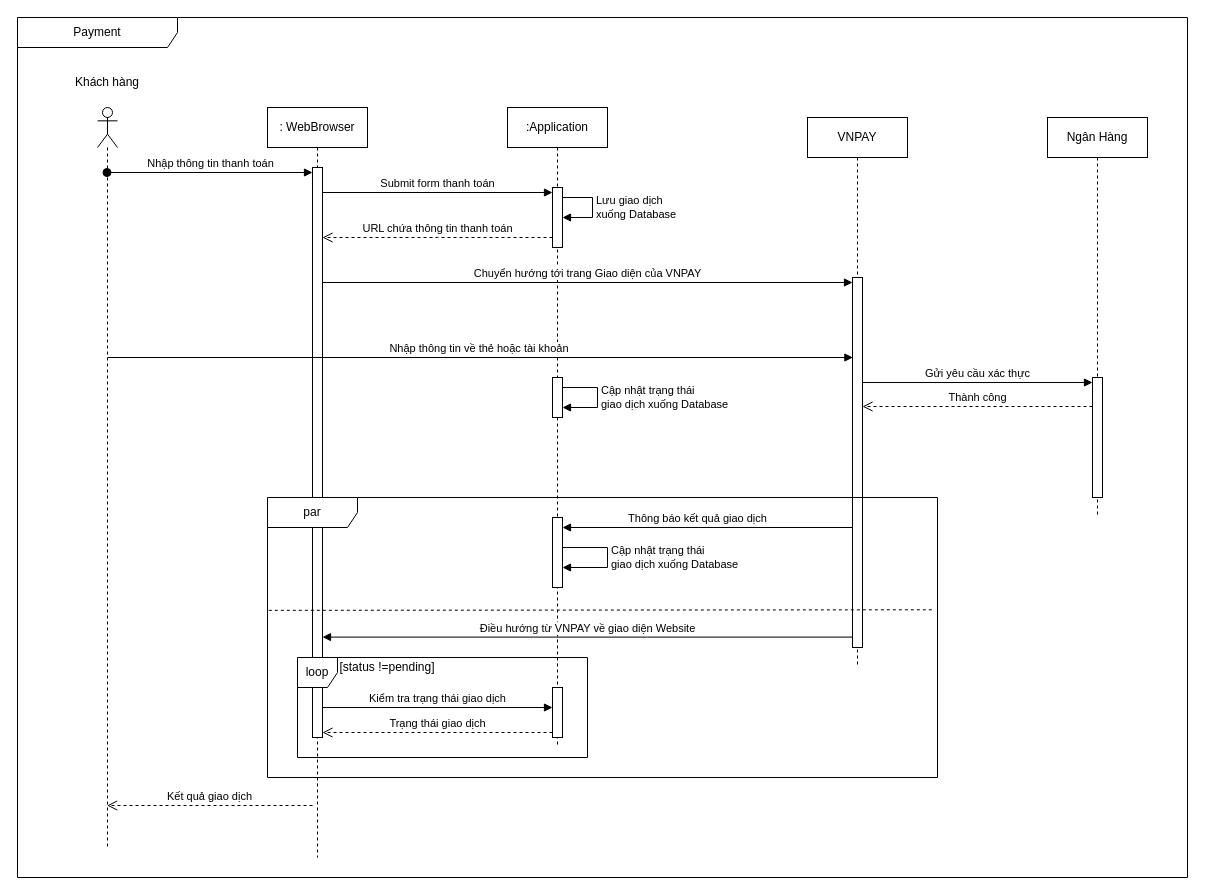
This is Sequence Diagram/UC Quản Lý Vé/xml/Thanh-Toán.drawio from dvhAoU1374/IT3120-PTTKHT, a draw.io file, before an edit. Source tidied: cells renumbered, new cells numbered last; positions are measured from the earlier drawing's top-left corner, leaving out a move shared by most shapes. Both pictures are drawn from the tidied source at 100%, with x=0, y=0 at pixel (17, 17).
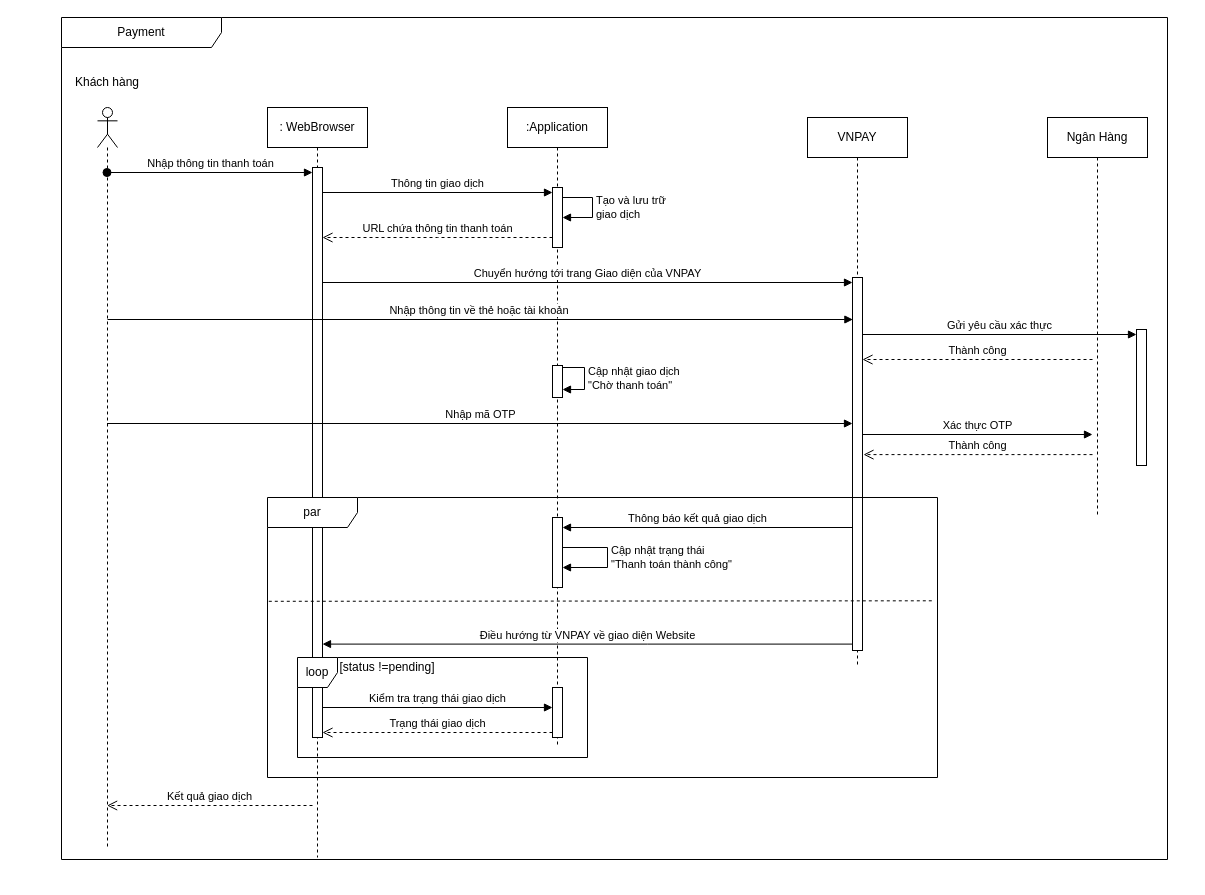
After the change.

Unchanged cells that the change refers to:
```xml
<mxCell id="3" style="html=1;points=[[0,0,0,0,5],[0,1,0,0,-5],[1,0,0,0,5],[1,1,0,0,-5]];perimeter=orthogonalPerimeter;outlineConnect=0;targetShapes=umlLifeline;portConstraint=eastwest;newEdgeStyle={&quot;curved&quot;:0,&quot;rounded&quot;:0};" parent="2" vertex="1">
  <mxGeometry x="45" y="60" width="10" height="570" as="geometry" />
</mxCell>
<mxCell id="4" value=":Application" style="shape=umlLifeline;perimeter=lifelinePerimeter;whiteSpace=wrap;html=1;newEdgeStyle={&quot;edgeStyle&quot;:&quot;elbowEdgeStyle&quot;,&quot;elbow&quot;:&quot;vertical&quot;,&quot;curved&quot;:0,&quot;rounded&quot;:0};" parent="1" vertex="1">
  <mxGeometry x="490" y="90" width="100" height="640" as="geometry" />
</mxCell>
<mxCell id="5" style="html=1;points=[[0,0,0,0,5],[0,1,0,0,-5],[1,0,0,0,5],[1,1,0,0,-5]];perimeter=orthogonalPerimeter;outlineConnect=0;targetShapes=umlLifeline;portConstraint=eastwest;newEdgeStyle={&quot;curved&quot;:0,&quot;rounded&quot;:0};" parent="4" vertex="1">
  <mxGeometry x="45" y="80" width="10" height="60" as="geometry" />
</mxCell>
<mxCell id="12" value="VNPAY" style="shape=umlLifeline;perimeter=lifelinePerimeter;whiteSpace=wrap;html=1;newEdgeStyle={&quot;edgeStyle&quot;:&quot;elbowEdgeStyle&quot;,&quot;elbow&quot;:&quot;vertical&quot;,&quot;curved&quot;:0,&quot;rounded&quot;:0};" parent="1" vertex="1">
  <mxGeometry x="790" y="100" width="100" height="550" as="geometry" />
</mxCell>
<mxCell id="14" value="Ngân Hàng" style="shape=umlLifeline;perimeter=lifelinePerimeter;whiteSpace=wrap;html=1;newEdgeStyle={&quot;edgeStyle&quot;:&quot;elbowEdgeStyle&quot;,&quot;elbow&quot;:&quot;vertical&quot;,&quot;curved&quot;:0,&quot;rounded&quot;:0};" parent="1" vertex="1">
  <mxGeometry x="1030" y="100" width="100" height="400" as="geometry" />
</mxCell>
<mxCell id="29" value="par" style="shape=umlFrame;whiteSpace=wrap;html=1;width=90;height=30;" parent="1" vertex="1">
  <mxGeometry x="250" y="480" width="670" height="280" as="geometry" />
</mxCell>
```

The edit, as a diff of the source:
```diff
@@
-    <mxCell id="6" value="Lưu giao dịch&lt;div&gt;xuống Database&lt;/div&gt;" style="html=1;align=left;spacingLeft=2;endArrow=block;rounded=0;edgeStyle=orthogonalEdgeStyle;curved=0;rounded=0;" parent="4" edge="1" target="5">
+    <mxCell id="6" value="Tạo và lưu trữ&amp;nbsp;&lt;div&gt;giao dịch&lt;/div&gt;" style="html=1;align=left;spacingLeft=2;endArrow=block;rounded=0;edgeStyle=orthogonalEdgeStyle;curved=0;rounded=0;" parent="4" edge="1" target="5">
       <mxGeometry relative="1" as="geometry">
         <mxPoint x="55" y="90" as="sourcePoint" />
         <Array as="points">
           <mxPoint x="85" y="90" />
           <mxPoint x="85" y="110" />
         </Array>
       </mxGeometry>
     </mxCell>
@@
-    <mxCell id="8" value="Cập nhật trạng thái&lt;div&gt;giao dịch xuống Database&lt;/div&gt;" style="html=1;align=left;spacingLeft=2;endArrow=block;rounded=0;edgeStyle=orthogonalEdgeStyle;curved=0;rounded=0;" parent="4" edge="1">
+    <mxCell id="8" value="Cập nhật trạng thái&lt;div&gt;&quot;Thanh toán thành công&quot;&lt;/div&gt;" style="html=1;align=left;spacingLeft=2;endArrow=block;rounded=0;edgeStyle=orthogonalEdgeStyle;curved=0;rounded=0;" parent="4" edge="1">
       <mxGeometry relative="1" as="geometry">
         <mxPoint x="55" y="440" as="sourcePoint" />
         <mxPoint x="55" y="460" as="targetPoint" />
         <Array as="points">
           <mxPoint x="100" y="440" />
           <mxPoint x="100" y="460" />
         </Array>
       </mxGeometry>
     </mxCell>
@@
     <mxCell id="10" style="html=1;points=[[0,0,0,0,5],[0,1,0,0,-5],[1,0,0,0,5],[1,1,0,0,-5]];perimeter=orthogonalPerimeter;outlineConnect=0;targetShapes=umlLifeline;portConstraint=eastwest;newEdgeStyle={&quot;curved&quot;:0,&quot;rounded&quot;:0};" parent="4" vertex="1">
-      <mxGeometry x="45" y="270" width="10" height="40" as="geometry" />
+      <mxGeometry x="45" y="258" width="10" height="32" as="geometry" />
     </mxCell>
-    <mxCell id="11" value="Cập nhật trạng thái&lt;div&gt;giao dịch xuống Database&lt;/div&gt;" style="html=1;align=left;spacingLeft=2;endArrow=block;rounded=0;edgeStyle=orthogonalEdgeStyle;curved=0;rounded=0;" parent="4" edge="1" source="10" target="10">
+    <mxCell id="11" value="Cập nhật giao dịch&lt;div&gt;&quot;Chờ thanh toán&quot;&lt;/div&gt;" style="html=1;align=left;spacingLeft=2;endArrow=block;rounded=0;edgeStyle=orthogonalEdgeStyle;curved=0;rounded=0;" parent="4" edge="1" source="10" target="10">
       <mxGeometry relative="1" as="geometry">
         <Array as="points">
-          <mxPoint x="90" y="280" />
-          <mxPoint x="90" y="300" />
+          <mxPoint x="77" y="260" />
+          <mxPoint x="77" y="282" />
         </Array>
       </mxGeometry>
     </mxCell>
@@
     <mxCell id="13" style="html=1;points=[[0,0,0,0,5],[0,1,0,0,-5],[1,0,0,0,5],[1,1,0,0,-5]];perimeter=orthogonalPerimeter;outlineConnect=0;targetShapes=umlLifeline;portConstraint=eastwest;newEdgeStyle={&quot;curved&quot;:0,&quot;rounded&quot;:0};" parent="12" vertex="1">
-      <mxGeometry x="45" y="160" width="10" height="370" as="geometry" />
+      <mxGeometry x="45" y="160" width="10" height="373" as="geometry" />
     </mxCell>
@@
-    <mxCell id="15" style="html=1;points=[[0,0,0,0,5],[0,1,0,0,-5],[1,0,0,0,5],[1,1,0,0,-5]];perimeter=orthogonalPerimeter;outlineConnect=0;targetShapes=umlLifeline;portConstraint=eastwest;newEdgeStyle={&quot;curved&quot;:0,&quot;rounded&quot;:0};" parent="14" vertex="1">
-      <mxGeometry x="45" y="260" width="10" height="120" as="geometry" />
-    </mxCell>
@@
-    <mxCell id="18" value="Submit form thanh toán" style="html=1;verticalAlign=bottom;endArrow=block;curved=0;rounded=0;entryX=0;entryY=0;entryDx=0;entryDy=5;entryPerimeter=0;" parent="1" edge="1" source="3" target="5">
+    <mxCell id="18" value="Thông tin giao dịch" style="html=1;verticalAlign=bottom;endArrow=block;curved=0;rounded=0;entryX=0;entryY=0;entryDx=0;entryDy=5;entryPerimeter=0;" parent="1" edge="1" source="3" target="5">
       <mxGeometry relative="1" as="geometry" />
     </mxCell>
@@
     <mxCell id="21" value="Nhập thông tin về thẻ hoặc tài khoản&amp;nbsp;" style="html=1;verticalAlign=bottom;endArrow=block;curved=0;rounded=0;" parent="1" edge="1">
       <mxGeometry relative="1" as="geometry">
-        <mxPoint x="90" y="340" as="sourcePoint" />
-        <mxPoint x="835.4" y="340" as="targetPoint" />
+        <mxPoint x="90" y="302" as="sourcePoint" />
+        <mxPoint x="835.4" y="302" as="targetPoint" />
       </mxGeometry>
     </mxCell>
     <mxCell id="22" value="Thành công" style="html=1;verticalAlign=bottom;endArrow=open;dashed=1;endSize=8;curved=0;rounded=0;" parent="1" edge="1">
       <mxGeometry relative="1" as="geometry">
-        <mxPoint x="1075" y="389" as="sourcePoint" />
-        <mxPoint x="845" y="389" as="targetPoint" />
+        <mxPoint x="1075" y="342" as="sourcePoint" />
+        <mxPoint x="845" y="342" as="targetPoint" />
       </mxGeometry>
     </mxCell>
@@
     <mxCell id="30" value="Điều hướng từ VNPAY về giao diện Website" style="html=1;verticalAlign=bottom;endArrow=block;curved=0;rounded=0;" parent="29" edge="1">
       <mxGeometry relative="1" as="geometry">
-        <mxPoint x="585" y="139.6" as="sourcePoint" />
-        <mxPoint x="55" y="139.6" as="targetPoint" />
+        <mxPoint x="585" y="146.6" as="sourcePoint" />
+        <mxPoint x="55" y="146.6" as="targetPoint" />
         <Array as="points">
-          <mxPoint x="380" y="139.6" />
+          <mxPoint x="380" y="146.6" />
         </Array>
       </mxGeometry>
     </mxCell>
@@
-    <mxCell id="32" style="endArrow=none;dashed=1;html=1;rounded=0;entryX=0.995;entryY=0.401;entryDx=0;entryDy=0;entryPerimeter=0;exitX=0.002;exitY=0.403;exitDx=0;exitDy=0;exitPerimeter=0;" parent="1" edge="1" source="29" target="29">
-      <mxGeometry relative="1" as="geometry" />
+    <mxCell id="32" style="endArrow=none;dashed=1;html=1;rounded=0;entryX=0.995;entryY=0.401;entryDx=0;entryDy=0;entryPerimeter=0;exitX=0.002;exitY=0.403;exitDx=0;exitDy=0;exitPerimeter=0;" parent="1" edge="1">
+      <mxGeometry relative="1" as="geometry">
+        <mxPoint x="251.3" y="583.8" as="sourcePoint" />
+        <mxPoint x="916.7" y="583.3" as="targetPoint" />
+      </mxGeometry>
     </mxCell>
@@
     <mxCell id="34" value="Payment" style="shape=umlFrame;whiteSpace=wrap;html=1;width=160;" parent="1" vertex="1">
-      <mxGeometry width="1170" height="860" as="geometry" />
+      <mxGeometry x="44" width="1106" height="842" as="geometry" />
     </mxCell>
+    <mxCell id="15" style="html=1;points=[[0,0,0,0,5],[0,1,0,0,-5],[1,0,0,0,5],[1,1,0,0,-5]];perimeter=orthogonalPerimeter;outlineConnect=0;targetShapes=umlLifeline;portConstraint=eastwest;newEdgeStyle={&quot;curved&quot;:0,&quot;rounded&quot;:0};" parent="34" vertex="1">
+      <mxGeometry x="1075" y="312" width="10" height="136" as="geometry" />
+    </mxCell>
+    <mxCell id="35" value="Nhập mã OTP" style="html=1;verticalAlign=bottom;endArrow=block;curved=0;rounded=0;" parent="1" edge="1">
+      <mxGeometry relative="1" as="geometry">
+        <mxPoint x="89.5" y="406" as="sourcePoint" />
+        <mxPoint x="835" y="406" as="targetPoint" />
+      </mxGeometry>
+    </mxCell>
+    <mxCell id="36" value="Xác thực OTP" style="html=1;verticalAlign=bottom;endArrow=block;curved=0;rounded=0;" parent="1" edge="1">
+      <mxGeometry relative="1" as="geometry">
+        <mxPoint x="845" y="417" as="sourcePoint" />
+        <mxPoint x="1075" y="417" as="targetPoint" />
+      </mxGeometry>
+    </mxCell>
+    <mxCell id="37" value="Thành công" style="html=1;verticalAlign=bottom;endArrow=open;dashed=1;endSize=8;curved=0;rounded=0;entryX=1.1;entryY=0.249;entryDx=0;entryDy=0;entryPerimeter=0;" parent="1" edge="1">
+      <mxGeometry relative="1" as="geometry">
+        <mxPoint x="1075" y="437.1" as="sourcePoint" />
+        <mxPoint x="846" y="437.1" as="targetPoint" />
+      </mxGeometry>
+    </mxCell>
```
